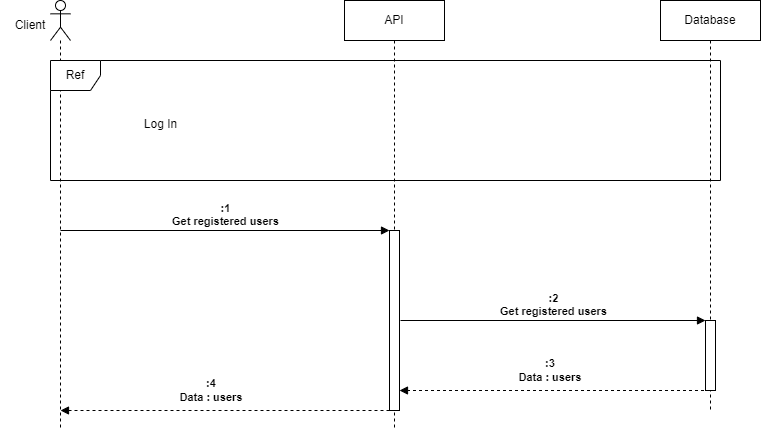
Above: diagrams/Browse registered users.png in Jexinte/Bilemo-API (draw.io), before the change. Source tidied: cells renumbered, new cells last; positions are measured from the earlier drawing's top-left corner, leaving out a move shared by most shapes.
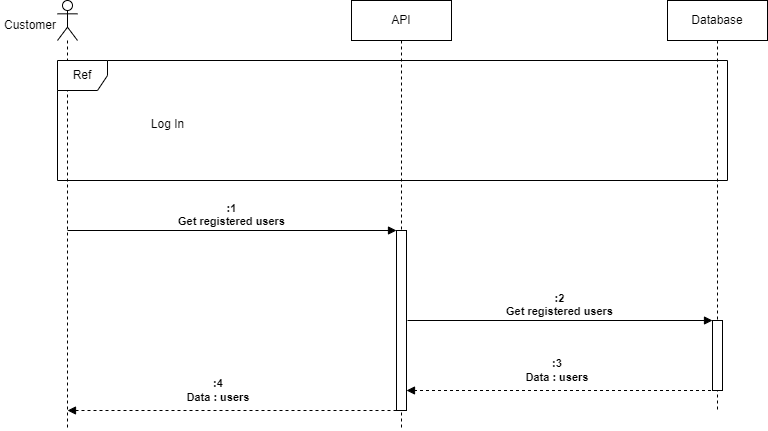
Later version of the same file.

Commit message:
update client typo to customer on sequence diagrams

Change to the diagram source:
```diff
@@ -17,8 +17,8 @@
     <mxCell id="6" style="shape=umlLifeline;perimeter=lifelinePerimeter;whiteSpace=wrap;html=1;newEdgeStyle={&quot;edgeStyle&quot;:&quot;elbowEdgeStyle&quot;,&quot;elbow&quot;:&quot;vertical&quot;,&quot;curved&quot;:0,&quot;rounded&quot;:0};participant=umlActor;" parent="1" vertex="1">
       <mxGeometry x="50" width="20" height="430" as="geometry" />
     </mxCell>
-    <mxCell id="7" value="Client" style="text;html=1;strokeColor=none;fillColor=none;align=center;verticalAlign=middle;whiteSpace=wrap;rounded=0;" parent="1" vertex="1">
-      <mxGeometry y="10" width="60" height="30" as="geometry" />
+    <mxCell id="7" value="Customer" style="text;html=1;strokeColor=none;fillColor=none;align=center;verticalAlign=middle;whiteSpace=wrap;rounded=0;" parent="1" vertex="1">
+      <mxGeometry x="-7" y="10" width="60" height="30" as="geometry" />
     </mxCell>
     <mxCell id="8" value="Ref" style="shape=umlFrame;whiteSpace=wrap;html=1;width=50;" parent="1" vertex="1">
       <mxGeometry x="50" y="60" width="670" height="120" as="geometry" />
```
